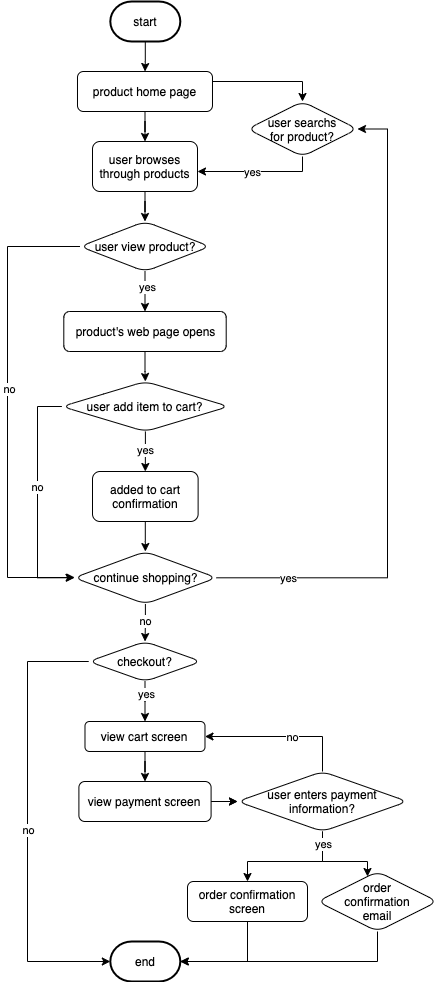
Above: explore/diagramming/diagram.drawio.png in dorothyychou/fa21-cse110-lab4 (draw.io), before the change. Source tidied: cells renumbered, new cells last; positions are measured from the earlier drawing's top-left corner, leaving out a move shared by most shapes. Its diagram source:
```xml
<mxGraphModel>
  <root>
    <mxCell id="0" />
    <mxCell id="1" parent="0" />
    <mxCell id="2" style="edgeStyle=orthogonalEdgeStyle;rounded=0;jettySize=auto;html=1;" parent="1" edge="1" source="3" target="6">
      <mxGeometry relative="1" as="geometry" />
    </mxCell>
    <mxCell id="3" value="&lt;font style=&quot;font-size: 12px&quot;&gt;start&lt;/font&gt;" style="strokeWidth=2;html=1;shape=mxgraph.flowchart.terminator;whiteSpace=wrap;" parent="1" vertex="1">
      <mxGeometry x="102.8" width="70" height="40" as="geometry" />
    </mxCell>
    <mxCell id="4" style="edgeStyle=orthogonalEdgeStyle;rounded=0;jettySize=auto;html=1;" parent="1" edge="1" source="6" target="11">
      <mxGeometry relative="1" as="geometry" />
    </mxCell>
    <mxCell id="5" style="edgeStyle=orthogonalEdgeStyle;rounded=0;jettySize=auto;html=1;" parent="1" edge="1" source="6" target="9">
      <mxGeometry relative="1" as="geometry">
        <Array as="points">
          <mxPoint x="295" y="80" />
        </Array>
      </mxGeometry>
    </mxCell>
    <mxCell id="6" value="&lt;font style=&quot;font-size: 12px&quot;&gt;product home page&lt;/font&gt;" style="html=1;dashed=0;whitespace=wrap;rounded=1;" parent="1" vertex="1">
      <mxGeometry x="70" y="70" width="135" height="40" as="geometry" />
    </mxCell>
    <mxCell id="7" style="edgeStyle=orthogonalEdgeStyle;rounded=0;jettySize=auto;html=1;" parent="1" edge="1" source="9" target="11">
      <mxGeometry x="-0.11" y="-10" relative="1" as="geometry">
        <Array as="points">
          <mxPoint x="295" y="170" />
        </Array>
        <mxPoint x="1" as="offset" />
      </mxGeometry>
    </mxCell>
    <mxCell id="8" value="yes" style="edgeLabel;html=1;align=center;verticalAlign=middle;" parent="7" vertex="1">
      <mxGeometry x="-0.13" y="4" relative="1" as="geometry">
        <mxPoint x="-14" y="-4" as="offset" />
      </mxGeometry>
    </mxCell>
    <mxCell id="9" value="user searchs&lt;br&gt;for product?" style="rhombus;whiteSpace=wrap;html=1;rounded=1;dashed=0;" parent="1" vertex="1">
      <mxGeometry x="240" y="100" width="110" height="55" as="geometry" />
    </mxCell>
    <mxCell id="10" style="edgeStyle=orthogonalEdgeStyle;rounded=0;jettySize=auto;html=1;" parent="1" edge="1" source="11" target="16">
      <mxGeometry relative="1" as="geometry" />
    </mxCell>
    <mxCell id="11" value="user browses through products" style="whiteSpace=wrap;html=1;rounded=1;dashed=0;" parent="1" vertex="1">
      <mxGeometry x="85" y="140" width="105" height="50" as="geometry" />
    </mxCell>
    <mxCell id="12" style="edgeStyle=orthogonalEdgeStyle;rounded=0;jettySize=auto;html=1;" parent="1" edge="1" source="16" target="21">
      <mxGeometry relative="1" as="geometry">
        <Array as="points">
          <mxPoint y="245" />
          <mxPoint y="576" />
        </Array>
      </mxGeometry>
    </mxCell>
    <mxCell id="13" value="no" style="edgeLabel;html=1;align=center;verticalAlign=middle;" parent="12" vertex="1">
      <mxGeometry x="-0.09" y="1" relative="1" as="geometry" />
    </mxCell>
    <mxCell id="14" style="edgeStyle=orthogonalEdgeStyle;rounded=0;jettySize=auto;html=1;" parent="1" edge="1" source="16" target="23">
      <mxGeometry relative="1" as="geometry" />
    </mxCell>
    <mxCell id="15" value="yes" style="edgeLabel;html=1;align=center;verticalAlign=middle;" parent="14" vertex="1">
      <mxGeometry x="-0.25" y="2" relative="1" as="geometry" />
    </mxCell>
    <mxCell id="16" value="user view product?" style="rhombus;whiteSpace=wrap;html=1;rounded=1;dashed=0;" parent="1" vertex="1">
      <mxGeometry x="72.5" y="220" width="130" height="50" as="geometry" />
    </mxCell>
    <mxCell id="17" style="edgeStyle=orthogonalEdgeStyle;rounded=0;jettySize=auto;html=1;entryX=1;entryY=0.5;entryDx=0;entryDy=0;" parent="1" edge="1" source="21" target="9">
      <mxGeometry relative="1" as="geometry">
        <Array as="points">
          <mxPoint x="380" y="576" />
          <mxPoint x="380" y="128" />
        </Array>
      </mxGeometry>
    </mxCell>
    <mxCell id="18" value="yes" style="edgeLabel;html=1;align=center;verticalAlign=middle;" parent="17" vertex="1">
      <mxGeometry x="-0.33" y="-1" relative="1" as="geometry">
        <mxPoint x="-101" y="48" as="offset" />
      </mxGeometry>
    </mxCell>
    <mxCell id="19" style="edgeStyle=orthogonalEdgeStyle;rounded=0;jettySize=auto;html=1;" parent="1" edge="1" source="21" target="34">
      <mxGeometry relative="1" as="geometry" />
    </mxCell>
    <mxCell id="20" value="no" style="edgeLabel;html=1;align=center;verticalAlign=middle;" parent="19" vertex="1">
      <mxGeometry x="-0.24" relative="1" as="geometry">
        <mxPoint y="3" as="offset" />
      </mxGeometry>
    </mxCell>
    <mxCell id="21" value="continue shopping?" style="rhombus;whiteSpace=wrap;html=1;rounded=1;dashed=0;" parent="1" vertex="1">
      <mxGeometry x="66.6" y="550" width="142.5" height="52.5" as="geometry" />
    </mxCell>
    <mxCell id="22" style="edgeStyle=orthogonalEdgeStyle;rounded=0;jettySize=auto;html=1;" parent="1" edge="1" source="23" target="27">
      <mxGeometry relative="1" as="geometry" />
    </mxCell>
    <mxCell id="23" value="product's web page opens" style="html=1;dashed=0;whitespace=wrap;rounded=1;" parent="1" vertex="1">
      <mxGeometry x="56.3" y="310" width="162.4" height="40" as="geometry" />
    </mxCell>
    <mxCell id="24" style="edgeStyle=orthogonalEdgeStyle;rounded=0;jettySize=auto;html=1;" parent="1" edge="1" source="27" target="29">
      <mxGeometry relative="1" as="geometry" />
    </mxCell>
    <mxCell id="25" value="yes" style="edgeLabel;html=1;align=center;verticalAlign=middle;" parent="24" vertex="1">
      <mxGeometry x="-0.36" y="-2" relative="1" as="geometry">
        <mxPoint x="2" y="6" as="offset" />
      </mxGeometry>
    </mxCell>
    <mxCell id="26" value="no" style="edgeStyle=orthogonalEdgeStyle;rounded=0;jettySize=auto;html=1;entryX=0;entryY=0.5;entryDx=0;entryDy=0;" parent="1" edge="1" source="27" target="21">
      <mxGeometry x="-0.1" relative="1" as="geometry">
        <Array as="points">
          <mxPoint x="30" y="405" />
          <mxPoint x="30" y="576" />
        </Array>
      </mxGeometry>
    </mxCell>
    <mxCell id="27" value="user add item to cart?" style="rhombus;whiteSpace=wrap;html=1;rounded=1;dashed=0;" parent="1" vertex="1">
      <mxGeometry x="54.4" y="380" width="166.9" height="50" as="geometry" />
    </mxCell>
    <mxCell id="28" style="edgeStyle=orthogonalEdgeStyle;rounded=0;jettySize=auto;html=1;" parent="1" edge="1" source="29" target="21">
      <mxGeometry relative="1" as="geometry" />
    </mxCell>
    <mxCell id="29" value="added to cart confirmation" style="whiteSpace=wrap;html=1;rounded=1;dashed=0;" parent="1" vertex="1">
      <mxGeometry x="85" y="470" width="105.6" height="50" as="geometry" />
    </mxCell>
    <mxCell id="30" style="edgeStyle=orthogonalEdgeStyle;rounded=0;jettySize=auto;html=1;" parent="1" edge="1" source="34" target="36">
      <mxGeometry relative="1" as="geometry" />
    </mxCell>
    <mxCell id="31" value="yes" style="edgeLabel;html=1;align=center;verticalAlign=middle;" parent="30" vertex="1">
      <mxGeometry x="-0.33" y="1" relative="1" as="geometry" />
    </mxCell>
    <mxCell id="32" style="edgeStyle=orthogonalEdgeStyle;rounded=0;jettySize=auto;html=1;" parent="1" edge="1" source="34" target="40">
      <mxGeometry relative="1" as="geometry">
        <Array as="points">
          <mxPoint x="20" y="660" />
          <mxPoint x="20" y="960" />
        </Array>
      </mxGeometry>
    </mxCell>
    <mxCell id="33" value="no" style="edgeLabel;html=1;align=center;verticalAlign=middle;" parent="32" vertex="1">
      <mxGeometry x="0.04" relative="1" as="geometry" />
    </mxCell>
    <mxCell id="34" value="checkout?" style="rhombus;whiteSpace=wrap;html=1;rounded=1;dashed=0;" parent="1" vertex="1">
      <mxGeometry x="81.2" y="640" width="112.5" height="40" as="geometry" />
    </mxCell>
    <mxCell id="35" style="edgeStyle=orthogonalEdgeStyle;rounded=0;jettySize=auto;html=1;" parent="1" edge="1" source="36" target="39">
      <mxGeometry relative="1" as="geometry" />
    </mxCell>
    <mxCell id="36" value="view cart screen" style="whiteSpace=wrap;html=1;rounded=1;dashed=0;" parent="1" vertex="1">
      <mxGeometry x="77.5" y="720" width="120" height="30" as="geometry" />
    </mxCell>
    <mxCell id="37" style="edgeStyle=orthogonalEdgeStyle;rounded=0;jettySize=auto;html=1;" parent="1" edge="1" source="39" target="46">
      <mxGeometry relative="1" as="geometry" />
    </mxCell>
    <mxCell id="38" style="edgeStyle=orthogonalEdgeStyle;rounded=0;jettySize=auto;html=1;" parent="1" edge="1" source="39" target="46">
      <mxGeometry relative="1" as="geometry" />
    </mxCell>
    <mxCell id="39" value="view payment screen" style="whiteSpace=wrap;html=1;rounded=1;dashed=0;" parent="1" vertex="1">
      <mxGeometry x="71.4" y="780" width="132.2" height="40" as="geometry" />
    </mxCell>
    <mxCell id="40" value="&lt;font style=&quot;font-size: 12px&quot;&gt;end&lt;br&gt;&lt;/font&gt;" style="strokeWidth=2;html=1;shape=mxgraph.flowchart.terminator;whiteSpace=wrap;" parent="1" vertex="1">
      <mxGeometry x="102.8" y="940" width="70" height="40" as="geometry" />
    </mxCell>
    <mxCell id="41" style="edgeStyle=orthogonalEdgeStyle;rounded=0;jettySize=auto;html=1;" parent="1" edge="1" source="46" target="48">
      <mxGeometry relative="1" as="geometry">
        <Array as="points">
          <mxPoint x="315" y="860" />
          <mxPoint x="240" y="860" />
        </Array>
      </mxGeometry>
    </mxCell>
    <mxCell id="42" style="edgeStyle=orthogonalEdgeStyle;rounded=0;jettySize=auto;html=1;" parent="1" edge="1" source="46" target="50">
      <mxGeometry relative="1" as="geometry">
        <Array as="points">
          <mxPoint x="315" y="860" />
          <mxPoint x="360" y="860" />
        </Array>
      </mxGeometry>
    </mxCell>
    <mxCell id="43" value="yes" style="edgeLabel;html=1;align=center;verticalAlign=middle;" parent="42" vertex="1">
      <mxGeometry x="-0.73" relative="1" as="geometry" />
    </mxCell>
    <mxCell id="44" style="edgeStyle=orthogonalEdgeStyle;rounded=0;jettySize=auto;html=1;" parent="1" edge="1" source="46" target="36">
      <mxGeometry relative="1" as="geometry">
        <Array as="points">
          <mxPoint x="315" y="735" />
        </Array>
      </mxGeometry>
    </mxCell>
    <mxCell id="45" value="no" style="edgeLabel;html=1;align=center;verticalAlign=middle;" parent="44" vertex="1">
      <mxGeometry x="-0.42" y="-2" relative="1" as="geometry">
        <mxPoint x="-22" y="2" as="offset" />
      </mxGeometry>
    </mxCell>
    <mxCell id="46" value="user enters payment information?" style="rhombus;whiteSpace=wrap;html=1;rounded=1;dashed=0;" parent="1" vertex="1">
      <mxGeometry x="230" y="770" width="170" height="60" as="geometry" />
    </mxCell>
    <mxCell id="47" style="edgeStyle=orthogonalEdgeStyle;rounded=0;jettySize=auto;html=1;" parent="1" edge="1" source="48" target="40">
      <mxGeometry relative="1" as="geometry">
        <Array as="points">
          <mxPoint x="240" y="960" />
        </Array>
      </mxGeometry>
    </mxCell>
    <mxCell id="48" value="order confirmation screen" style="whiteSpace=wrap;html=1;rounded=1;dashed=0;" parent="1" vertex="1">
      <mxGeometry x="180" y="880" width="120" height="40" as="geometry" />
    </mxCell>
    <mxCell id="49" style="edgeStyle=orthogonalEdgeStyle;rounded=0;jettySize=auto;html=1;" parent="1" edge="1" source="50" target="40">
      <mxGeometry relative="1" as="geometry">
        <Array as="points">
          <mxPoint x="370" y="960" />
        </Array>
      </mxGeometry>
    </mxCell>
    <mxCell id="50" value="order&lt;br&gt;confirmation&lt;br&gt;email" style="rhombus;whiteSpace=wrap;html=1;rounded=1;dashed=0;" parent="1" vertex="1">
      <mxGeometry x="310" y="870" width="120" height="60" as="geometry" />
    </mxCell>
  </root>
</mxGraphModel>
```
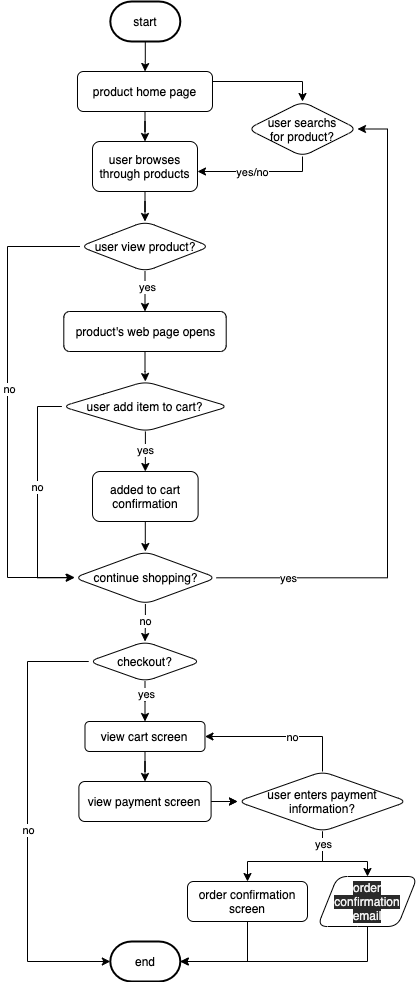
After the commit.

Change to the diagram source:
```diff
@@ -29,7 +29,7 @@
         <mxPoint x="1" as="offset" />
       </mxGeometry>
     </mxCell>
-    <mxCell id="8" value="yes" style="edgeLabel;html=1;align=center;verticalAlign=middle;" parent="7" vertex="1">
+    <mxCell id="8" value="yes/no" style="edgeLabel;html=1;align=center;verticalAlign=middle;" parent="7" vertex="1">
       <mxGeometry x="-0.13" y="4" relative="1" as="geometry">
         <mxPoint x="-14" y="-4" as="offset" />
       </mxGeometry>
@@ -164,8 +164,9 @@
         </Array>
       </mxGeometry>
     </mxCell>
-    <mxCell id="42" style="edgeStyle=orthogonalEdgeStyle;rounded=0;jettySize=auto;html=1;" parent="1" edge="1" source="46" target="50">
+    <mxCell id="42" style="edgeStyle=orthogonalEdgeStyle;rounded=0;jettySize=auto;html=1;" parent="1" edge="1" source="46">
       <mxGeometry relative="1" as="geometry">
+        <mxPoint x="360" y="875" as="targetPoint" />
         <Array as="points">
           <mxPoint x="315" y="860" />
           <mxPoint x="360" y="860" />
@@ -200,15 +201,15 @@
     <mxCell id="48" value="order confirmation screen" style="whiteSpace=wrap;html=1;rounded=1;dashed=0;" parent="1" vertex="1">
       <mxGeometry x="180" y="880" width="120" height="40" as="geometry" />
     </mxCell>
-    <mxCell id="49" style="edgeStyle=orthogonalEdgeStyle;rounded=0;jettySize=auto;html=1;" parent="1" edge="1" source="50" target="40">
+    <mxCell id="49" style="edgeStyle=orthogonalEdgeStyle;rounded=0;jettySize=auto;html=1;exitX=0.5;exitY=1;exitDx=0;exitDy=0;" parent="1" edge="1" source="50" target="40">
       <mxGeometry relative="1" as="geometry">
         <Array as="points">
-          <mxPoint x="370" y="960" />
+          <mxPoint x="360" y="960" />
         </Array>
       </mxGeometry>
     </mxCell>
-    <mxCell id="50" value="order&lt;br&gt;confirmation&lt;br&gt;email" style="rhombus;whiteSpace=wrap;html=1;rounded=1;dashed=0;" parent="1" vertex="1">
-      <mxGeometry x="310" y="870" width="120" height="60" as="geometry" />
+    <mxCell id="50" value="&lt;meta charset=&quot;utf-8&quot;&gt;&lt;span style=&quot;color: rgb(240, 240, 240); font-family: helvetica; font-size: 12px; font-style: normal; font-weight: 400; letter-spacing: normal; text-align: center; text-indent: 0px; text-transform: none; word-spacing: 0px; background-color: rgb(42, 42, 42); display: inline; float: none;&quot;&gt;order&lt;/span&gt;&lt;br style=&quot;color: rgb(240, 240, 240); font-family: helvetica; font-size: 12px; font-style: normal; font-weight: 400; letter-spacing: normal; text-align: center; text-indent: 0px; text-transform: none; word-spacing: 0px; background-color: rgb(42, 42, 42);&quot;&gt;&lt;span style=&quot;color: rgb(240, 240, 240); font-family: helvetica; font-size: 12px; font-style: normal; font-weight: 400; letter-spacing: normal; text-align: center; text-indent: 0px; text-transform: none; word-spacing: 0px; background-color: rgb(42, 42, 42); display: inline; float: none;&quot;&gt;confirmation&lt;/span&gt;&lt;br style=&quot;color: rgb(240, 240, 240); font-family: helvetica; font-size: 12px; font-style: normal; font-weight: 400; letter-spacing: normal; text-align: center; text-indent: 0px; text-transform: none; word-spacing: 0px; background-color: rgb(42, 42, 42);&quot;&gt;&lt;span style=&quot;color: rgb(240, 240, 240); font-family: helvetica; font-size: 12px; font-style: normal; font-weight: 400; letter-spacing: normal; text-align: center; text-indent: 0px; text-transform: none; word-spacing: 0px; background-color: rgb(42, 42, 42); display: inline; float: none;&quot;&gt;email&lt;/span&gt;" style="shape=parallelogram;perimeter=parallelogramPerimeter;whiteSpace=wrap;html=1;dashed=0;rounded=1;" parent="1" vertex="1">
+      <mxGeometry x="310" y="875" width="100" height="50" as="geometry" />
     </mxCell>
   </root>
 </mxGraphModel>
```
